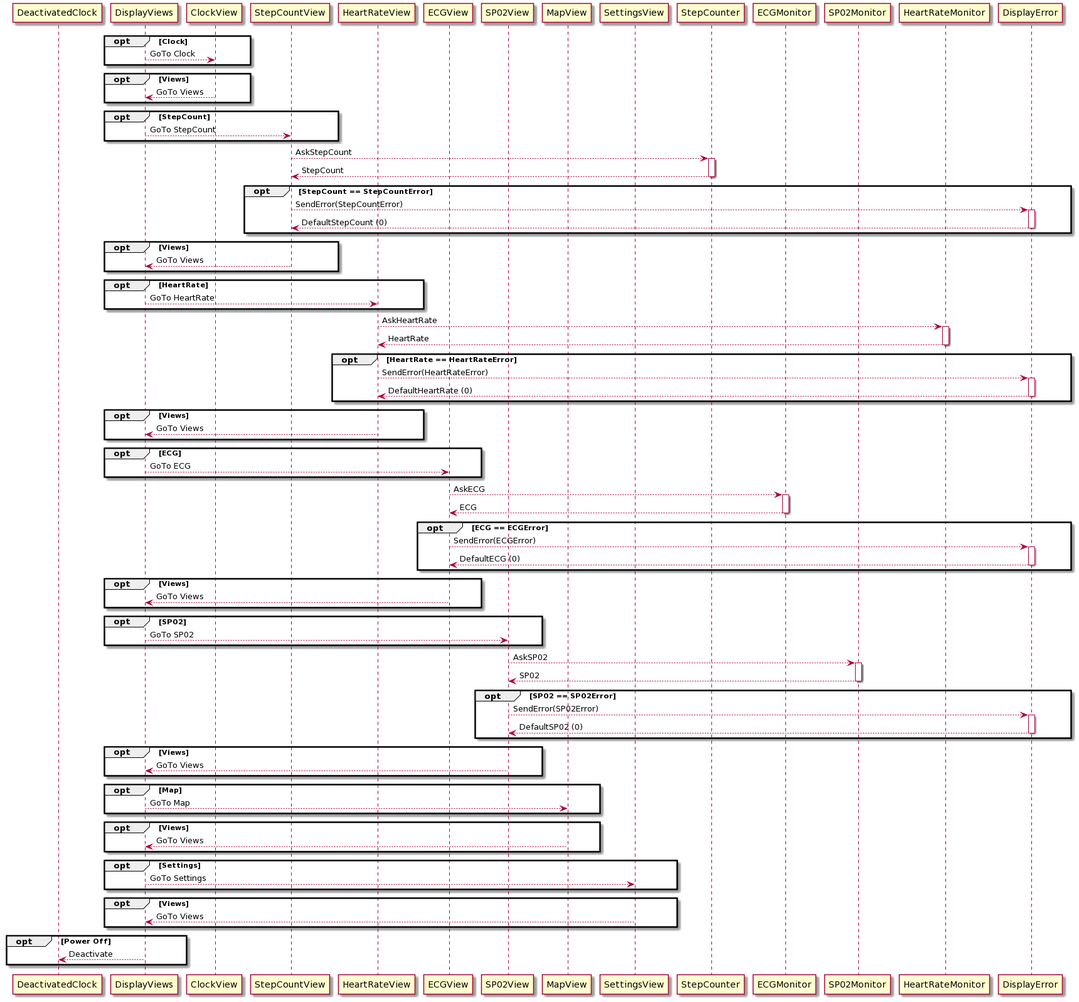
Earlier version of the PlantUML export uml/sequence_diagrams/DisplayViewSequence.png (markroche92/sw-eng-smart-watch).
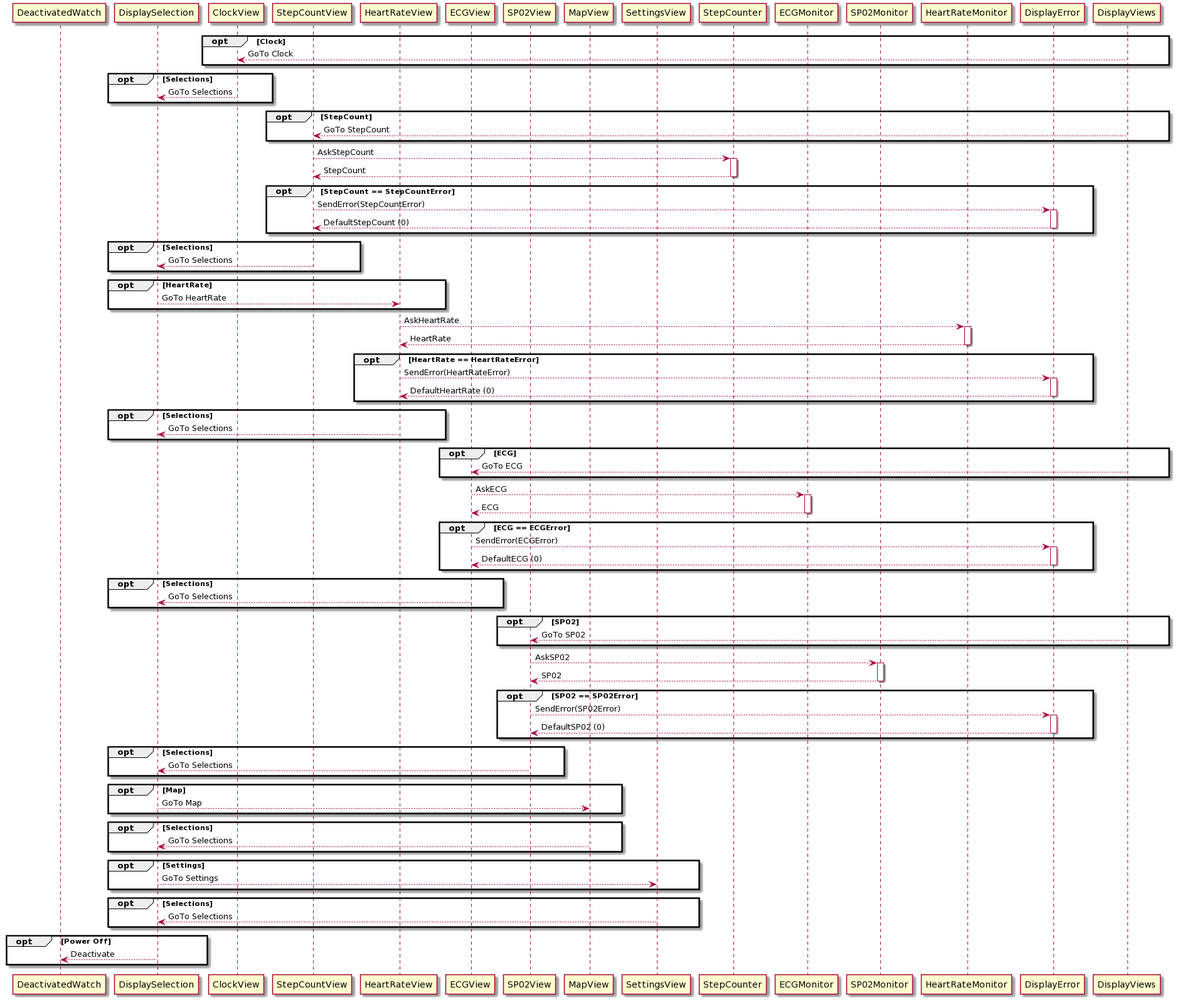
Later version of the same file.

Change to the diagram source:
```diff
@@ -1,6 +1,6 @@
 @startuml
-participant DeactivatedClock
-participant DisplayViews
+participant DeactivatedWatch
+participant DisplaySelection
 participant ClockView
 participant StepCountView
 participant HeartRateView
@@ -19,8 +19,8 @@
 opt Clock
   DisplayViews --> ClockView : GoTo Clock
 end
-opt Views
-  ClockView --> DisplayViews : GoTo Views
+opt Selections
+  ClockView --> DisplaySelection : GoTo Selections
 end
 opt StepCount
   DisplayViews --> StepCountView : GoTo StepCount
@@ -35,11 +35,11 @@
   DisplayError --> StepCountView : DefaultStepCount (0)
   Deactivate DisplayError
 end
-opt Views
-  StepCountView --> DisplayViews : GoTo Views
+opt Selections
+  StepCountView --> DisplaySelection : GoTo Selections
 end
 opt HeartRate
-  DisplayViews --> HeartRateView : GoTo HeartRate
+  DisplaySelection --> HeartRateView : GoTo HeartRate
 end
 HeartRateView --> HeartRateMonitor: AskHeartRate
 Activate HeartRateMonitor
@@ -51,8 +51,8 @@
   DisplayError --> HeartRateView : DefaultHeartRate (0)
   Deactivate DisplayError
 end
-opt Views
-  HeartRateView --> DisplayViews : GoTo Views
+opt Selections
+  HeartRateView --> DisplaySelection : GoTo Selections
 end
 opt ECG
   DisplayViews --> ECGView : GoTo ECG
@@ -67,8 +67,8 @@
   DisplayError --> ECGView : DefaultECG (0)
   Deactivate DisplayError
 end
-opt Views
-  ECGView --> DisplayViews : GoTo Views
+opt Selections
+  ECGView --> DisplaySelection : GoTo Selections
 end
 opt SP02
   DisplayViews --> SP02View : GoTo SP02
@@ -83,22 +83,22 @@
   DisplayError --> SP02View : DefaultSP02 (0)
   Deactivate DisplayError
 end
-opt Views
-  SP02View --> DisplayViews : GoTo Views
+opt Selections
+  SP02View --> DisplaySelection : GoTo Selections
 end
 opt Map
-  DisplayViews --> MapView : GoTo Map
+  DisplaySelection --> MapView : GoTo Map
 end
-opt Views
-  MapView --> DisplayViews : GoTo Views
+opt Selections
+  MapView --> DisplaySelection : GoTo Selections
 end
 opt Settings
-  DisplayViews --> SettingsView : GoTo Settings
+  DisplaySelection --> SettingsView : GoTo Settings
 end
-opt Views
-  SettingsView --> DisplayViews : GoTo Views
+opt Selections
+  SettingsView --> DisplaySelection : GoTo Selections
 end
 opt Power Off
-  DisplayViews --> DeactivatedClock : Deactivate
+  DisplaySelection --> DeactivatedWatch : Deactivate
 end
 @enduml
```
